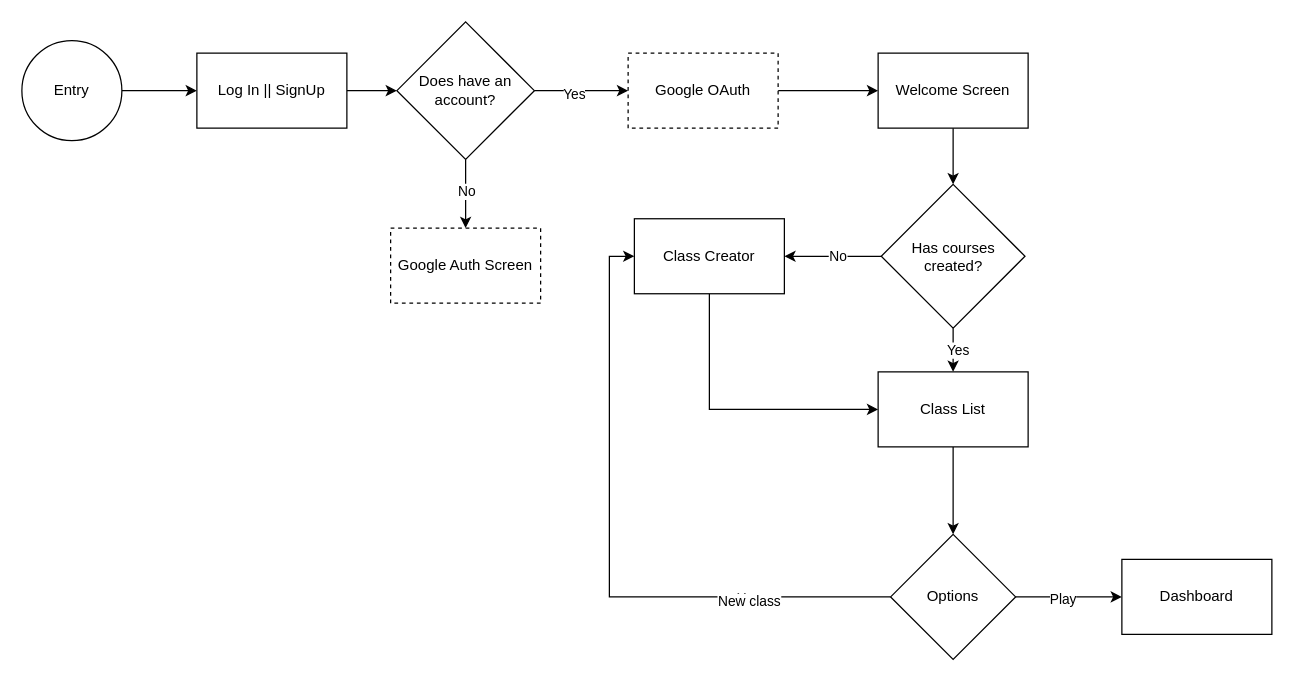
camunoz2/misc keeps this draw.io diagram as eduoneup.drawio. Above is the earlier version. Source tidied: cells renumbered, new cells numbered last; positions are measured from the earlier drawing's top-left corner, leaving out a move shared by most shapes. Both pictures are drawn from the tidied source at 125%, with x=0, y=0 at pixel (21, 21).
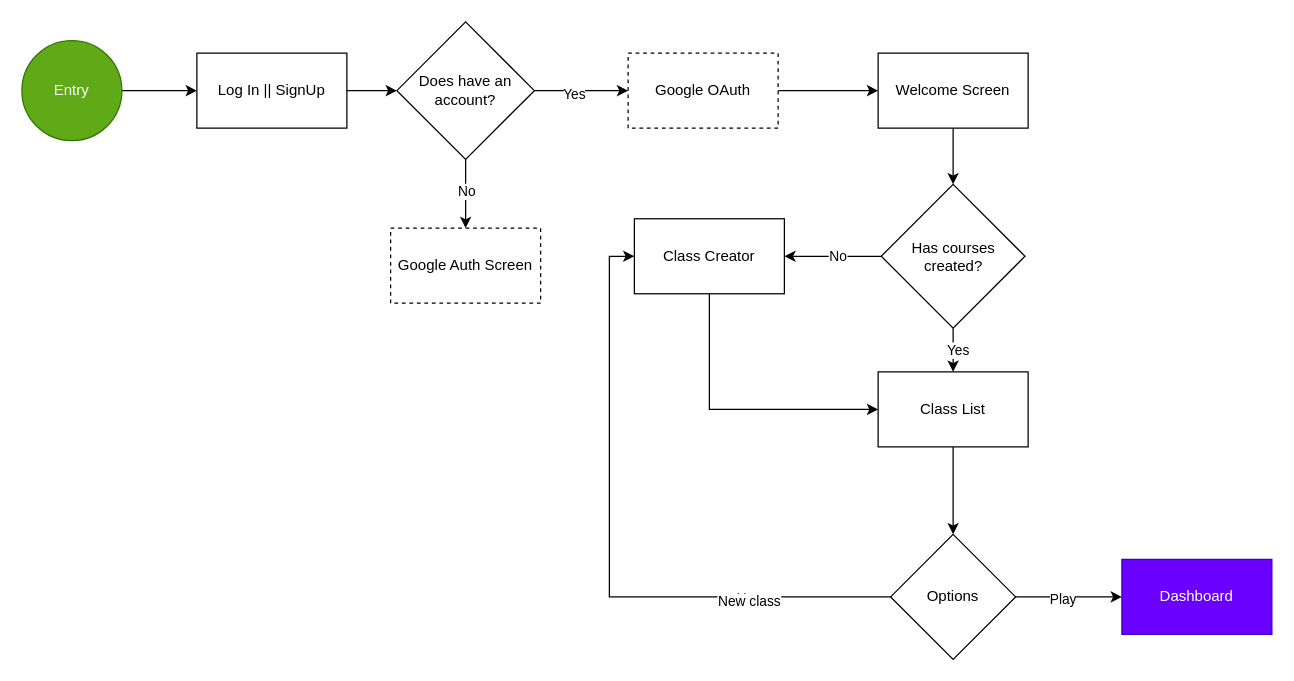
Above is the later version.

Change to the diagram source:
```diff
@@
-    <mxCell id="3" value="Entry" style="ellipse;whiteSpace=wrap;html=1;" parent="1" vertex="1">
+    <mxCell id="3" value="Entry" style="ellipse;whiteSpace=wrap;html=1;fillColor=#60a917;fontColor=#ffffff;strokeColor=#2D7600;" parent="1" vertex="1">
       <mxGeometry y="15" width="80" height="80" as="geometry" />
     </mxCell>
@@
-    <mxCell id="31" value="Dashboard" style="whiteSpace=wrap;html=1;" parent="1" vertex="1">
+    <mxCell id="31" value="Dashboard" style="whiteSpace=wrap;html=1;fillColor=#6a00ff;fontColor=#ffffff;strokeColor=#3700CC;" parent="1" vertex="1">
       <mxGeometry x="880" y="430" width="120" height="60" as="geometry" />
     </mxCell>
```
